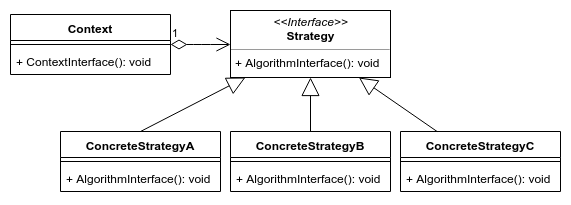
Before: assets/images/class-design-pattern-strategy.png, a diagram exported from draw.io (pjehan-teaching/uml). Source tidied: cells renumbered, new cells last; positions are measured from the earlier drawing's top-left corner, leaving out a move shared by most shapes. Source of this version:
```xml
<mxGraphModel>
  <root>
    <mxCell id="0" />
    <mxCell id="1" parent="0" />
    <mxCell id="2" value="Context" style="swimlane;fontStyle=1;align=center;verticalAlign=top;horizontal=1;startSize=26;" parent="1" vertex="1">
      <mxGeometry y="4" width="160" height="60" as="geometry" />
    </mxCell>
    <mxCell id="3" style="line;strokeWidth=1;fillColor=none;align=left;verticalAlign=middle;spacingTop=-1;spacingLeft=3;spacingRight=3;labelPosition=right;" parent="2" vertex="1">
      <mxGeometry y="26" width="160" height="8" as="geometry" />
    </mxCell>
    <mxCell id="4" value="+ ContextInterface(): void" style="text;strokeColor=none;fillColor=none;align=left;verticalAlign=top;spacingLeft=4;spacingRight=4;overflow=hidden;" parent="2" vertex="1">
      <mxGeometry y="34" width="160" height="26" as="geometry" />
    </mxCell>
    <mxCell id="5" value="1" style="endArrow=open;html=1;endSize=12;startArrow=diamondThin;startSize=14;startFill=0;edgeStyle=orthogonalEdgeStyle;align=left;verticalAlign=bottom;" parent="1" edge="1" source="2" target="18">
      <mxGeometry x="-1" y="3" relative="1" as="geometry" />
    </mxCell>
    <mxCell id="6" value="ConcreteStrategyA" style="swimlane;fontStyle=1;align=center;verticalAlign=top;horizontal=1;startSize=26;" parent="1" vertex="1">
      <mxGeometry x="50" y="121" width="160" height="60" as="geometry" />
    </mxCell>
    <mxCell id="7" style="line;strokeWidth=1;fillColor=none;align=left;verticalAlign=middle;spacingTop=-1;spacingLeft=3;spacingRight=3;labelPosition=right;" parent="6" vertex="1">
      <mxGeometry y="26" width="160" height="8" as="geometry" />
    </mxCell>
    <mxCell id="8" value="+ AlgorithmInterface(): void" style="text;strokeColor=none;fillColor=none;align=left;verticalAlign=top;spacingLeft=4;spacingRight=4;overflow=hidden;" parent="6" vertex="1">
      <mxGeometry y="34" width="160" height="26" as="geometry" />
    </mxCell>
    <mxCell id="9" value="ConcreteStrategyB" style="swimlane;fontStyle=1;align=center;verticalAlign=top;horizontal=1;startSize=26;" parent="1" vertex="1">
      <mxGeometry x="220" y="121" width="160" height="60" as="geometry" />
    </mxCell>
    <mxCell id="10" style="line;strokeWidth=1;fillColor=none;align=left;verticalAlign=middle;spacingTop=-1;spacingLeft=3;spacingRight=3;labelPosition=right;" parent="9" vertex="1">
      <mxGeometry y="26" width="160" height="8" as="geometry" />
    </mxCell>
    <mxCell id="11" value="+ AlgorithmInterface(): void" style="text;strokeColor=none;fillColor=none;align=left;verticalAlign=top;spacingLeft=4;spacingRight=4;overflow=hidden;" parent="9" vertex="1">
      <mxGeometry y="34" width="160" height="26" as="geometry" />
    </mxCell>
    <mxCell id="12" value="ConcreteStrategyC" style="swimlane;fontStyle=1;align=center;verticalAlign=top;horizontal=1;startSize=26;" parent="1" vertex="1">
      <mxGeometry x="390" y="121" width="160" height="60" as="geometry" />
    </mxCell>
    <mxCell id="13" style="line;strokeWidth=1;fillColor=none;align=left;verticalAlign=middle;spacingTop=-1;spacingLeft=3;spacingRight=3;labelPosition=right;" parent="12" vertex="1">
      <mxGeometry y="26" width="160" height="8" as="geometry" />
    </mxCell>
    <mxCell id="14" value="+ AlgorithmInterface(): void" style="text;strokeColor=none;fillColor=none;align=left;verticalAlign=top;spacingLeft=4;spacingRight=4;overflow=hidden;" parent="12" vertex="1">
      <mxGeometry y="34" width="160" height="26" as="geometry" />
    </mxCell>
    <mxCell id="15" style="endArrow=block;endSize=16;endFill=0;html=1;exitX=0.5;exitY=0;exitDx=0;exitDy=0;" parent="1" edge="1" source="6" target="18">
      <mxGeometry relative="1" as="geometry" />
    </mxCell>
    <mxCell id="16" style="endArrow=block;endSize=16;endFill=0;html=1;" parent="1" edge="1" source="9" target="18">
      <mxGeometry relative="1" as="geometry" />
    </mxCell>
    <mxCell id="17" style="endArrow=block;endSize=16;endFill=0;html=1;" parent="1" edge="1" source="12" target="18">
      <mxGeometry relative="1" as="geometry" />
    </mxCell>
    <mxCell id="18" value="&lt;p style=&quot;margin: 0px ; margin-top: 4px ; text-align: center&quot;&gt;&lt;i&gt;&amp;lt;&amp;lt;Interface&amp;gt;&amp;gt;&lt;/i&gt;&lt;br&gt;&lt;b&gt;Strategy&lt;/b&gt;&lt;/p&gt;&lt;hr size=&quot;1&quot;&gt;&lt;p style=&quot;margin: 0px ; margin-left: 4px&quot;&gt;&lt;/p&gt;&lt;p style=&quot;margin: 0px ; margin-left: 4px&quot;&gt;+ AlgorithmInterface(): void&lt;br&gt;&lt;/p&gt;" style="verticalAlign=top;align=left;overflow=fill;fontSize=12;fontFamily=Helvetica;html=1;" parent="1" vertex="1">
      <mxGeometry x="220" width="160" height="67" as="geometry" />
    </mxCell>
  </root>
</mxGraphModel>
```
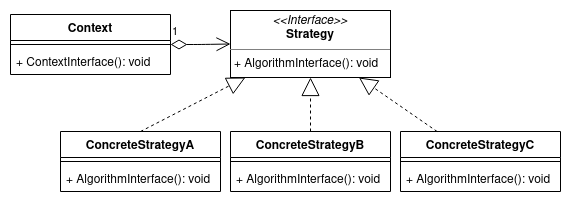
The same file after the commit.

Commit message:
Fix design pattern strategy arrows

Change to the diagram source:
```diff
@@ -41,13 +41,13 @@
     <mxCell id="14" value="+ AlgorithmInterface(): void" style="text;strokeColor=none;fillColor=none;align=left;verticalAlign=top;spacingLeft=4;spacingRight=4;overflow=hidden;" parent="12" vertex="1">
       <mxGeometry y="34" width="160" height="26" as="geometry" />
     </mxCell>
-    <mxCell id="15" style="endArrow=block;endSize=16;endFill=0;html=1;exitX=0.5;exitY=0;exitDx=0;exitDy=0;" parent="1" edge="1" source="6" target="18">
+    <mxCell id="15" style="endArrow=block;endSize=16;endFill=0;html=1;exitX=0.5;exitY=0;exitDx=0;exitDy=0;dashed=1;" parent="1" edge="1" source="6" target="18">
       <mxGeometry relative="1" as="geometry" />
     </mxCell>
-    <mxCell id="16" style="endArrow=block;endSize=16;endFill=0;html=1;" parent="1" edge="1" source="9" target="18">
+    <mxCell id="16" style="endArrow=block;endSize=16;endFill=0;html=1;dashed=1;" parent="1" edge="1" source="9" target="18">
       <mxGeometry relative="1" as="geometry" />
     </mxCell>
-    <mxCell id="17" style="endArrow=block;endSize=16;endFill=0;html=1;" parent="1" edge="1" source="12" target="18">
+    <mxCell id="17" style="endArrow=block;endSize=16;endFill=0;html=1;dashed=1;" parent="1" edge="1" source="12" target="18">
       <mxGeometry relative="1" as="geometry" />
     </mxCell>
     <mxCell id="18" value="&lt;p style=&quot;margin: 0px ; margin-top: 4px ; text-align: center&quot;&gt;&lt;i&gt;&amp;lt;&amp;lt;Interface&amp;gt;&amp;gt;&lt;/i&gt;&lt;br&gt;&lt;b&gt;Strategy&lt;/b&gt;&lt;/p&gt;&lt;hr size=&quot;1&quot;&gt;&lt;p style=&quot;margin: 0px ; margin-left: 4px&quot;&gt;&lt;/p&gt;&lt;p style=&quot;margin: 0px ; margin-left: 4px&quot;&gt;+ AlgorithmInterface(): void&lt;br&gt;&lt;/p&gt;" style="verticalAlign=top;align=left;overflow=fill;fontSize=12;fontFamily=Helvetica;html=1;" parent="1" vertex="1">
```
